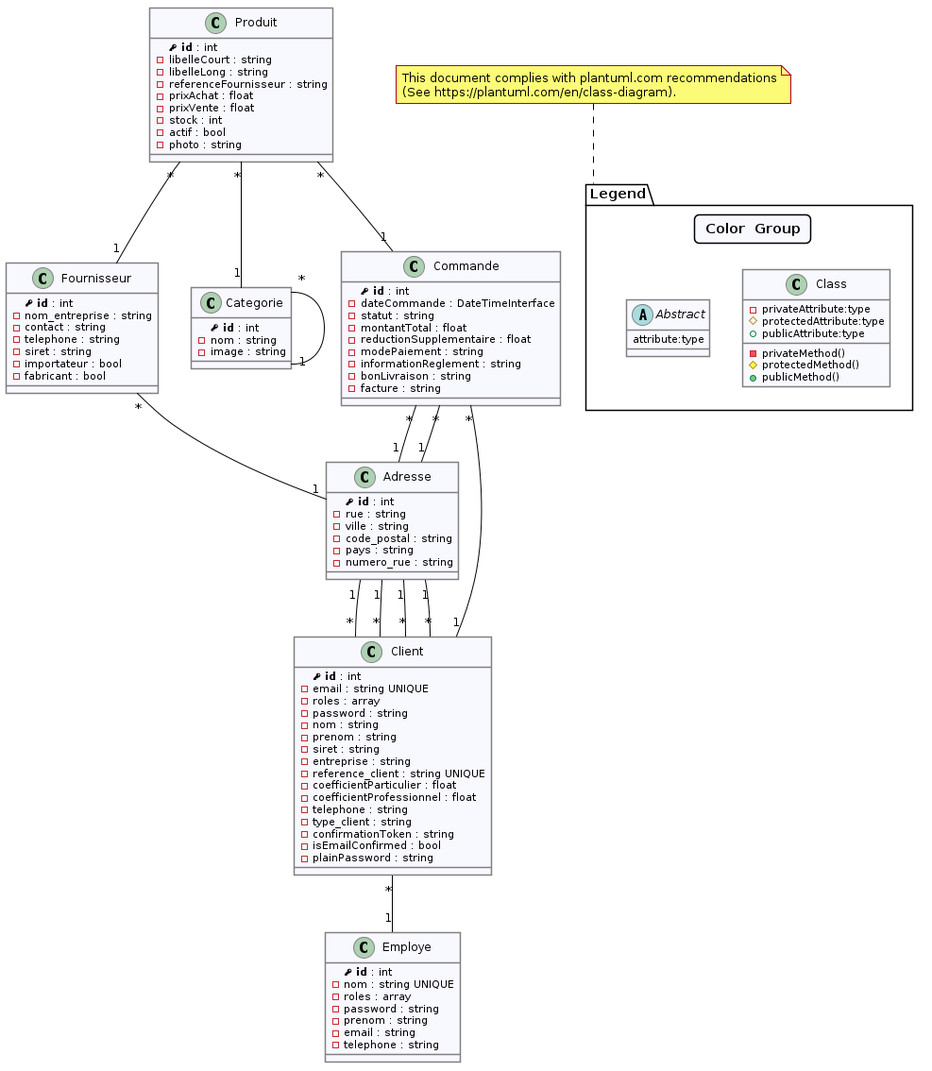
Earlier version of the PlantUML export classes.png (clemence95/villagegreen).
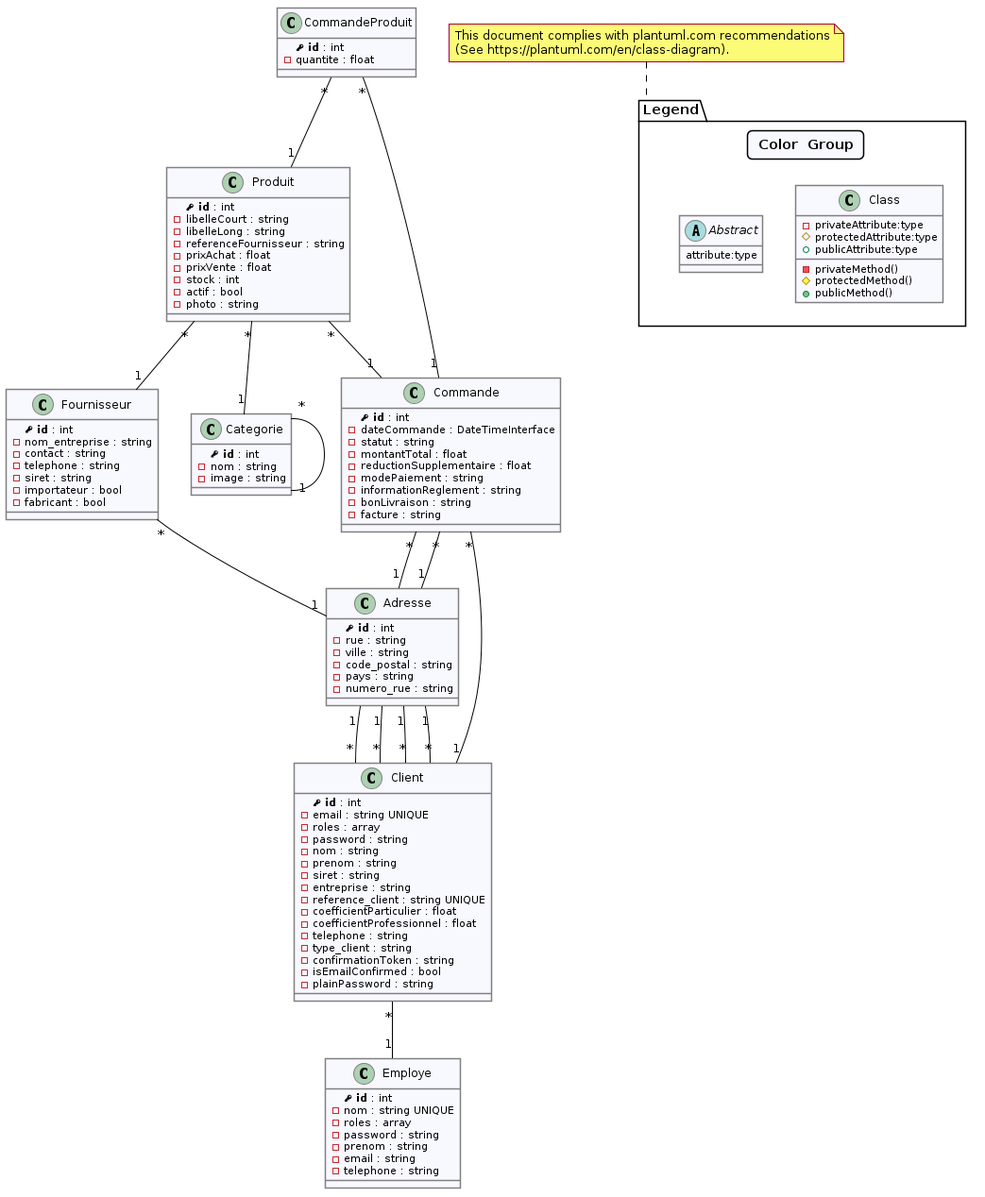
Later version of the same file.

The edit, as a diff of the source:
```diff
@@ -79,6 +79,11 @@
   -plainPassword : string
 }
 
+class CommandeProduit {
+  <b><&key> id</b> : int
+  -quantite : float
+}
+
 class Commande {
   <b><&key> id</b> : int
   -dateCommande : DateTimeInterface
@@ -101,6 +106,8 @@
 Client "*" -- "1" Adresse
 Client "*" -- "1" Adresse
 Client "*" -- "1" Employe
+CommandeProduit "*" -- "1" Commande
+CommandeProduit "*" -- "1" Produit
 Commande "*" -- "1" Adresse
 Commande "*" -- "1" Adresse
 Commande "*" -- "1" Client
```
